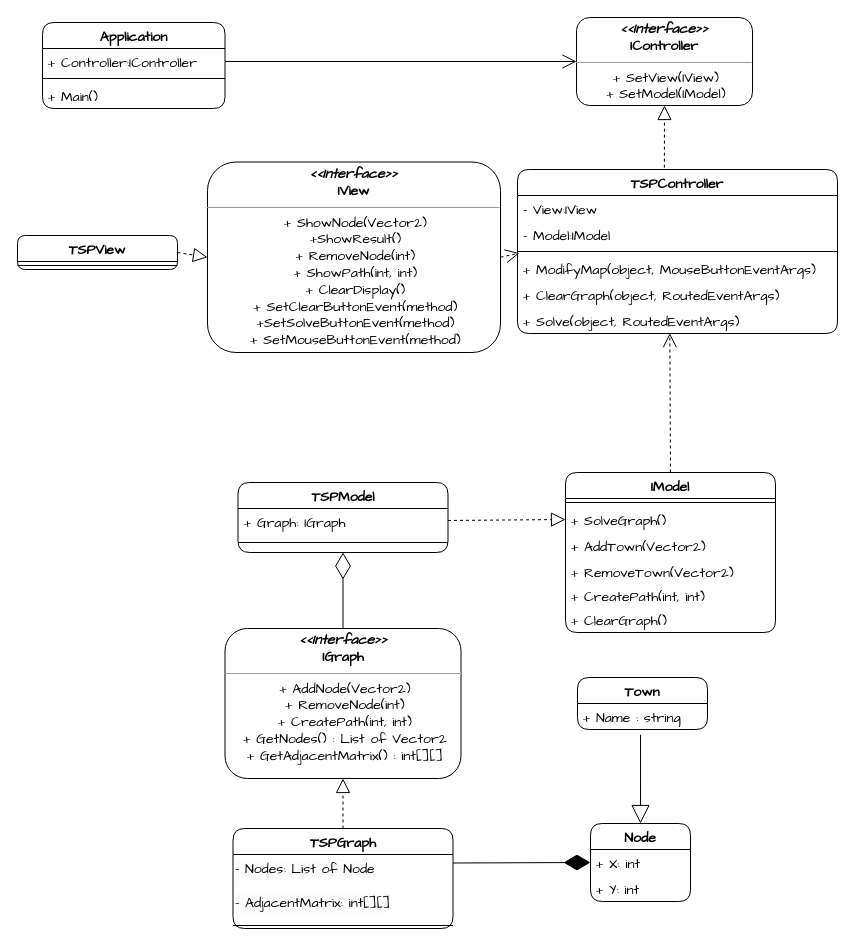
Before: SalesmanSolver/Class.drawio in VitaminkaR/ArchitectureLabsPractice, a draw.io diagram. Source tidied: cells renumbered, new cells numbered last; positions are measured from the earlier drawing's top-left corner, leaving out a move shared by most shapes. Both pictures are drawn from the tidied source at 100%, with x=0, y=0 at pixel (17, 17).
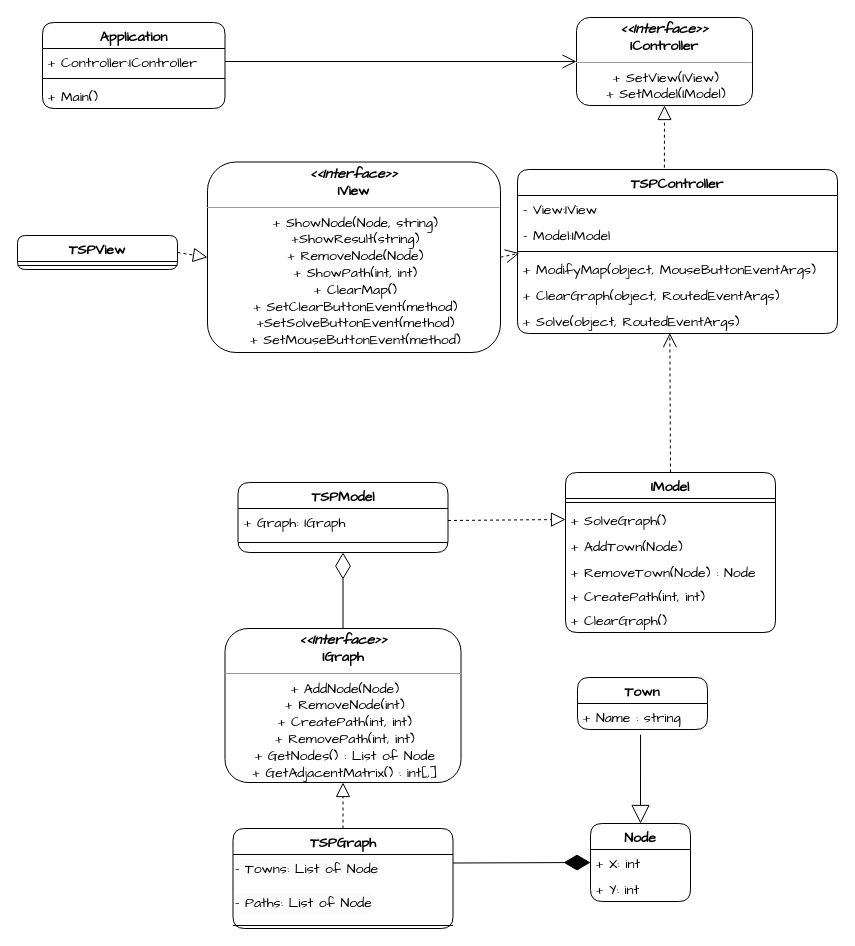
The same diagram, later.

The change refers to these unchanged cells:
```xml
<mxCell id="14" value="TSPGraph" style="swimlane;fontStyle=1;align=center;verticalAlign=top;horizontal=1;startSize=26;whiteSpace=wrap;html=1;rounded=1;fontFamily=Comic Sans MS;fontSize=14;" parent="1" vertex="1">
  <mxGeometry x="215.5" y="811" width="220" height="100" as="geometry" />
</mxCell>
<mxCell id="20" value="IModel" style="swimlane;fontStyle=1;align=center;verticalAlign=top;horizontal=1;startSize=26;whiteSpace=wrap;html=1;rounded=1;fontFamily=Comic Sans MS;fontSize=14;" parent="1" vertex="1">
  <mxGeometry x="548" y="455" width="210" height="160" as="geometry" />
</mxCell>
```

The edit, as a diff of the source:
```diff
@@
-    <mxCell id="15" value="&lt;span style=&quot;color: rgb(0, 0, 0); font-family: &amp;quot;Comic Sans MS&amp;quot;; font-size: 14px; font-style: normal; font-variant-ligatures: normal; font-variant-caps: normal; font-weight: 400; letter-spacing: normal; orphans: 2; text-align: center; text-indent: 0px; text-transform: none; widows: 2; word-spacing: 0px; -webkit-text-stroke-width: 0px; background-color: rgb(251, 251, 251); text-decoration-thickness: initial; text-decoration-style: initial; text-decoration-color: initial; float: none; display: inline !important;&quot;&gt;- Nodes: List of Node&lt;/span&gt;" style="text;whiteSpace=wrap;html=1;" parent="14" vertex="1">
+    <mxCell id="15" value="&lt;span style=&quot;color: rgb(0, 0, 0); font-family: &amp;quot;Comic Sans MS&amp;quot;; font-size: 14px; font-style: normal; font-variant-ligatures: normal; font-variant-caps: normal; font-weight: 400; letter-spacing: normal; orphans: 2; text-align: center; text-indent: 0px; text-transform: none; widows: 2; word-spacing: 0px; -webkit-text-stroke-width: 0px; background-color: rgb(251, 251, 251); text-decoration-thickness: initial; text-decoration-style: initial; text-decoration-color: initial; float: none; display: inline !important;&quot;&gt;- Towns: List of Node&lt;/span&gt;" style="text;whiteSpace=wrap;html=1;" parent="14" vertex="1">
       <mxGeometry y="26" width="220" height="34" as="geometry" />
     </mxCell>
-    <mxCell id="16" value="&lt;span style=&quot;color: rgb(0, 0, 0); font-family: &amp;quot;Comic Sans MS&amp;quot;; font-size: 14px; font-style: normal; font-variant-ligatures: normal; font-variant-caps: normal; font-weight: 400; letter-spacing: normal; orphans: 2; text-align: center; text-indent: 0px; text-transform: none; widows: 2; word-spacing: 0px; -webkit-text-stroke-width: 0px; background-color: rgb(251, 251, 251); text-decoration-thickness: initial; text-decoration-style: initial; text-decoration-color: initial; float: none; display: inline !important;&quot;&gt;- AdjacentMatrix: int[][]&lt;/span&gt;" style="text;whiteSpace=wrap;html=1;" parent="14" vertex="1">
-      <mxGeometry y="60" width="220" height="34" as="geometry" />
-    </mxCell>
+    <mxCell id="47" value="&lt;span style=&quot;color: rgb(0, 0, 0); font-family: &amp;quot;Comic Sans MS&amp;quot;; font-size: 14px; font-style: normal; font-variant-ligatures: normal; font-variant-caps: normal; font-weight: 400; letter-spacing: normal; orphans: 2; text-align: center; text-indent: 0px; text-transform: none; widows: 2; word-spacing: 0px; -webkit-text-stroke-width: 0px; background-color: rgb(251, 251, 251); text-decoration-thickness: initial; text-decoration-style: initial; text-decoration-color: initial; float: none; display: inline !important;&quot;&gt;- Paths: List of Node&lt;/span&gt;" style="text;whiteSpace=wrap;html=1;" parent="14" vertex="1">
+      <mxGeometry y="60" width="220" height="34" as="geometry" />
+    </mxCell>
@@
-    <mxCell id="18" value="&lt;p style=&quot;margin:0px;margin-top:4px;text-align:center;&quot;&gt;&lt;i&gt;&amp;lt;&amp;lt;Interface&amp;gt;&amp;gt;&lt;/i&gt;&lt;br&gt;&lt;b&gt;IGraph&lt;/b&gt;&lt;/p&gt;&lt;hr size=&quot;1&quot;&gt;&lt;p style=&quot;margin:0px;margin-left:4px;&quot;&gt;&lt;/p&gt;&lt;p style=&quot;margin:0px;margin-left:4px;&quot;&gt;&lt;span style=&quot;font-weight: normal;&quot;&gt;+ AddNode(Vector2)&lt;br&gt;+ RemoveNode(int)&lt;/span&gt;&lt;/p&gt;&lt;p style=&quot;margin:0px;margin-left:4px;&quot;&gt;&lt;span style=&quot;font-weight: normal;&quot;&gt;+ CreatePath(int, int)&lt;/span&gt;&lt;/p&gt;&lt;p style=&quot;margin:0px;margin-left:4px;&quot;&gt;&lt;span style=&quot;font-weight: normal;&quot;&gt;+ GetNodes() : List of Vector2&lt;/span&gt;&lt;/p&gt;&lt;p style=&quot;margin:0px;margin-left:4px;&quot;&gt;&lt;span style=&quot;font-weight: normal;&quot;&gt;+ GetAdjacentMatrix() : int[][]&lt;br&gt;&lt;/span&gt;&lt;/p&gt;" style="verticalAlign=top;align=center;overflow=fill;fontSize=14;fontFamily=Comic Sans MS;html=1;whiteSpace=wrap;rounded=1;strokeColor=default;fontColor=default;startSize=26;fillColor=default;fontStyle=1;" parent="1" vertex="1">
-      <mxGeometry x="207.5" y="611" width="236" height="150" as="geometry" />
+    <mxCell id="18" value="&lt;p style=&quot;margin:0px;margin-top:4px;text-align:center;&quot;&gt;&lt;i&gt;&amp;lt;&amp;lt;Interface&amp;gt;&amp;gt;&lt;/i&gt;&lt;br&gt;&lt;b&gt;IGraph&lt;/b&gt;&lt;/p&gt;&lt;hr size=&quot;1&quot;&gt;&lt;p style=&quot;margin:0px;margin-left:4px;&quot;&gt;&lt;/p&gt;&lt;p style=&quot;margin:0px;margin-left:4px;&quot;&gt;&lt;span style=&quot;font-weight: normal;&quot;&gt;+ AddNode(Node)&lt;br&gt;+ RemoveNode(int)&lt;/span&gt;&lt;/p&gt;&lt;p style=&quot;margin:0px;margin-left:4px;&quot;&gt;&lt;span style=&quot;font-weight: normal;&quot;&gt;+ CreatePath(int, int)&lt;/span&gt;&lt;/p&gt;&lt;p style=&quot;margin:0px;margin-left:4px;&quot;&gt;&lt;span style=&quot;font-weight: normal;&quot;&gt;+ RemovePath(int, int)&lt;/span&gt;&lt;/p&gt;&lt;p style=&quot;margin:0px;margin-left:4px;&quot;&gt;&lt;span style=&quot;font-weight: normal;&quot;&gt;+ GetNodes() : List of Node&lt;/span&gt;&lt;/p&gt;&lt;p style=&quot;margin:0px;margin-left:4px;&quot;&gt;&lt;span style=&quot;font-weight: normal;&quot;&gt;+ GetAdjacentMatrix() : int[,]&lt;/span&gt;&lt;/p&gt;" style="verticalAlign=top;align=center;overflow=fill;fontSize=14;fontFamily=Comic Sans MS;html=1;whiteSpace=wrap;rounded=1;strokeColor=default;fontColor=default;startSize=26;fillColor=default;fontStyle=1;" parent="1" vertex="1">
+      <mxGeometry x="207.5" y="611" width="236" height="154" as="geometry" />
     </mxCell>
-    <mxCell id="19" value="&lt;p style=&quot;margin:0px;margin-top:4px;text-align:center;&quot;&gt;&lt;i&gt;&amp;lt;&amp;lt;Interface&amp;gt;&amp;gt;&lt;/i&gt;&lt;br&gt;&lt;b&gt;IView&lt;/b&gt;&lt;/p&gt;&lt;hr size=&quot;1&quot;&gt;&lt;p style=&quot;margin:0px;margin-left:4px;&quot;&gt;&lt;span style=&quot;font-weight: normal;&quot;&gt;+ ShowNode(Vector2)&lt;br&gt;&lt;/span&gt;&lt;/p&gt;&lt;p style=&quot;margin:0px;margin-left:4px;&quot;&gt;&lt;span style=&quot;font-weight: normal;&quot;&gt;+ShowResult()&lt;/span&gt;&lt;/p&gt;&lt;p style=&quot;margin:0px;margin-left:4px;&quot;&gt;&lt;span style=&quot;font-weight: normal;&quot;&gt;+ RemoveNode(int)&lt;/span&gt;&lt;/p&gt;&lt;p style=&quot;margin:0px;margin-left:4px;&quot;&gt;&lt;span style=&quot;font-weight: normal;&quot;&gt;+ ShowPath(int, int)&lt;/span&gt;&lt;/p&gt;&lt;p style=&quot;margin:0px;margin-left:4px;&quot;&gt;&lt;span style=&quot;font-weight: normal;&quot;&gt;+ ClearDisplay()&lt;/span&gt;&lt;/p&gt;&lt;p style=&quot;margin:0px;margin-left:4px;&quot;&gt;&lt;span style=&quot;font-weight: normal;&quot;&gt;+ SetClearButtonEvent(method)&lt;/span&gt;&lt;/p&gt;&lt;p style=&quot;margin:0px;margin-left:4px;&quot;&gt;&lt;span style=&quot;font-weight: normal;&quot;&gt;+SetSolveButtonEvent(method)&lt;/span&gt;&lt;/p&gt;&lt;p style=&quot;margin:0px;margin-left:4px;&quot;&gt;&lt;span style=&quot;font-weight: 400;&quot;&gt;+ SetMouseButtonEvent(method)&lt;/span&gt;&lt;/p&gt;" style="verticalAlign=top;align=center;overflow=fill;fontSize=14;fontFamily=Comic Sans MS;html=1;whiteSpace=wrap;rounded=1;strokeColor=default;fontColor=default;startSize=26;fillColor=default;fontStyle=1;" parent="1" vertex="1">
+    <mxCell id="19" value="&lt;p style=&quot;margin:0px;margin-top:4px;text-align:center;&quot;&gt;&lt;i&gt;&amp;lt;&amp;lt;Interface&amp;gt;&amp;gt;&lt;/i&gt;&lt;br&gt;&lt;b&gt;IView&lt;/b&gt;&lt;/p&gt;&lt;hr size=&quot;1&quot;&gt;&lt;p style=&quot;margin:0px;margin-left:4px;&quot;&gt;&lt;span style=&quot;font-weight: normal;&quot;&gt;+ ShowNode(Node, string&lt;/span&gt;&lt;span style=&quot;font-weight: normal; background-color: initial;&quot;&gt;)&lt;/span&gt;&lt;/p&gt;&lt;p style=&quot;margin:0px;margin-left:4px;&quot;&gt;&lt;span style=&quot;font-weight: normal;&quot;&gt;+ShowResult(string)&lt;/span&gt;&lt;/p&gt;&lt;p style=&quot;margin:0px;margin-left:4px;&quot;&gt;&lt;span style=&quot;font-weight: normal;&quot;&gt;+ RemoveNode(Node)&lt;/span&gt;&lt;/p&gt;&lt;p style=&quot;margin:0px;margin-left:4px;&quot;&gt;&lt;span style=&quot;font-weight: normal;&quot;&gt;+ ShowPath(int, int)&lt;/span&gt;&lt;/p&gt;&lt;p style=&quot;margin:0px;margin-left:4px;&quot;&gt;&lt;span style=&quot;font-weight: normal;&quot;&gt;+ ClearMap()&lt;/span&gt;&lt;/p&gt;&lt;p style=&quot;margin:0px;margin-left:4px;&quot;&gt;&lt;span style=&quot;font-weight: normal;&quot;&gt;+ SetClearButtonEvent(method)&lt;/span&gt;&lt;/p&gt;&lt;p style=&quot;margin:0px;margin-left:4px;&quot;&gt;&lt;span style=&quot;font-weight: normal;&quot;&gt;+SetSolveButtonEvent(method)&lt;/span&gt;&lt;/p&gt;&lt;p style=&quot;margin:0px;margin-left:4px;&quot;&gt;&lt;span style=&quot;font-weight: 400;&quot;&gt;+ SetMouseButtonEvent(method)&lt;/span&gt;&lt;/p&gt;" style="verticalAlign=top;align=center;overflow=fill;fontSize=14;fontFamily=Comic Sans MS;html=1;whiteSpace=wrap;rounded=1;strokeColor=default;fontColor=default;startSize=26;fillColor=default;fontStyle=1;" parent="1" vertex="1">
       <mxGeometry x="190" y="144.5" width="293" height="190.5" as="geometry" />
     </mxCell>
@@
-    <mxCell id="23" value="+ AddTown(Vector2)" style="text;strokeColor=none;fillColor=none;align=left;verticalAlign=top;spacingLeft=4;spacingRight=4;overflow=hidden;whiteSpace=wrap;html=1;fontFamily=Comic Sans MS;fontSize=14;" parent="20" vertex="1">
+    <mxCell id="23" value="+ AddTown(Node)" style="text;strokeColor=none;fillColor=none;align=left;verticalAlign=top;spacingLeft=4;spacingRight=4;overflow=hidden;whiteSpace=wrap;html=1;fontFamily=Comic Sans MS;fontSize=14;" parent="20" vertex="1">
       <mxGeometry y="60" width="210" height="26" as="geometry" />
     </mxCell>
-    <mxCell id="24" value="+ RemoveTown(Vector2)" style="text;strokeColor=none;fillColor=none;align=left;verticalAlign=top;spacingLeft=4;spacingRight=4;overflow=hidden;whiteSpace=wrap;html=1;fontFamily=Comic Sans MS;fontSize=14;" parent="20" vertex="1">
+    <mxCell id="24" value="+ RemoveTown(Node) : Node" style="text;strokeColor=none;fillColor=none;align=left;verticalAlign=top;spacingLeft=4;spacingRight=4;overflow=hidden;whiteSpace=wrap;html=1;fontFamily=Comic Sans MS;fontSize=14;" parent="20" vertex="1">
       <mxGeometry y="86" width="210" height="24" as="geometry" />
     </mxCell>
```
